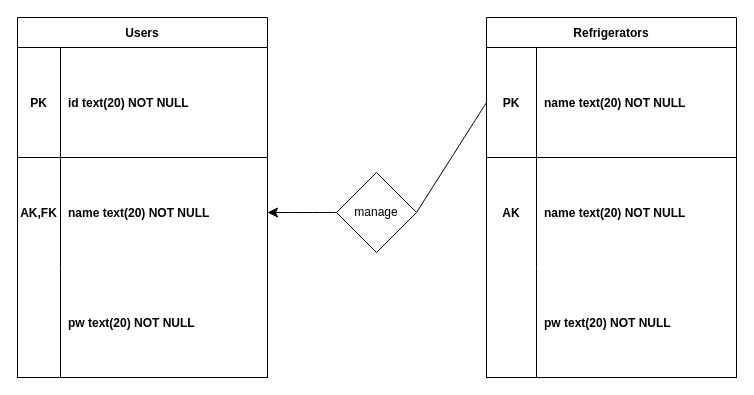
Before: ER 다이어그램.drawio in what-s-in-my-fridge/what-s-in-my-fridge, a draw.io diagram. Source tidied: cells renumbered, new cells numbered last; positions are measured from the earlier drawing's top-left corner, leaving out a move shared by most shapes. Both pictures are drawn from the tidied source at 100%, with x=0, y=0 at pixel (17, 17).
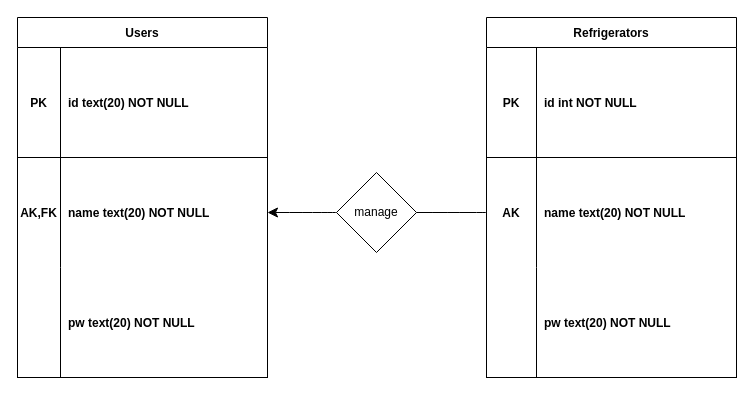
The same page after the edit.

Commit message (it also covers changes not shown here):
ER 다이어그램.drawio 업데이트

The change refers to these unchanged cells:
```xml
<mxCell id="13" style="shape=partialRectangle;fillColor=none;points=[[0,0.5],[1,0.5]];portConstraint=eastwest;top=0;left=0;right=0;bottom=1;" parent="12" vertex="1">
  <mxGeometry y="30" width="250" height="110" as="geometry" />
</mxCell>
<mxCell id="16" style="shape=partialRectangle;fillColor=none;points=[[0,0.5],[1,0.5]];portConstraint=eastwest;top=0;left=0;right=0;bottom=0;dashed=1;" parent="12" vertex="1">
  <mxGeometry y="140" width="250" height="110" as="geometry" />
</mxCell>
<mxCell id="23" value="manage" style="rhombus;whiteSpace=wrap;html=1;" parent="1" vertex="1">
  <mxGeometry x="319" y="155" width="80" height="80" as="geometry" />
</mxCell>
```

The edit, as a diff of the source:
```diff
@@
-    <mxCell id="15" value="name text(20) NOT NULL " style="shape=partialRectangle;overflow=hidden;fillColor=none;top=0;left=0;bottom=0;right=0;align=left;spacingLeft=6;fontStyle=1;" parent="13" vertex="1">
+    <mxCell id="15" value="id int NOT NULL" style="shape=partialRectangle;overflow=hidden;fillColor=none;top=0;left=0;bottom=0;right=0;align=left;spacingLeft=6;fontStyle=1;" parent="13" vertex="1">
       <mxGeometry x="50" width="200" height="110" as="geometry" />
     </mxCell>
@@
-    <mxCell id="24" style="endArrow=none;html=1;rounded=0;fontSize=12;startSize=8;endSize=8;curved=1;exitX=0;exitY=0.5;exitDx=0;exitDy=0;entryX=1;entryY=0.5;entryDx=0;entryDy=0;" parent="1" edge="1" source="13" target="23">
+    <mxCell id="24" style="endArrow=none;html=1;rounded=0;fontSize=12;startSize=8;endSize=8;curved=1;entryX=1;entryY=0.5;entryDx=0;entryDy=0;" parent="1" edge="1" source="16" target="23">
       <mxGeometry relative="1" as="geometry" />
     </mxCell>
```
